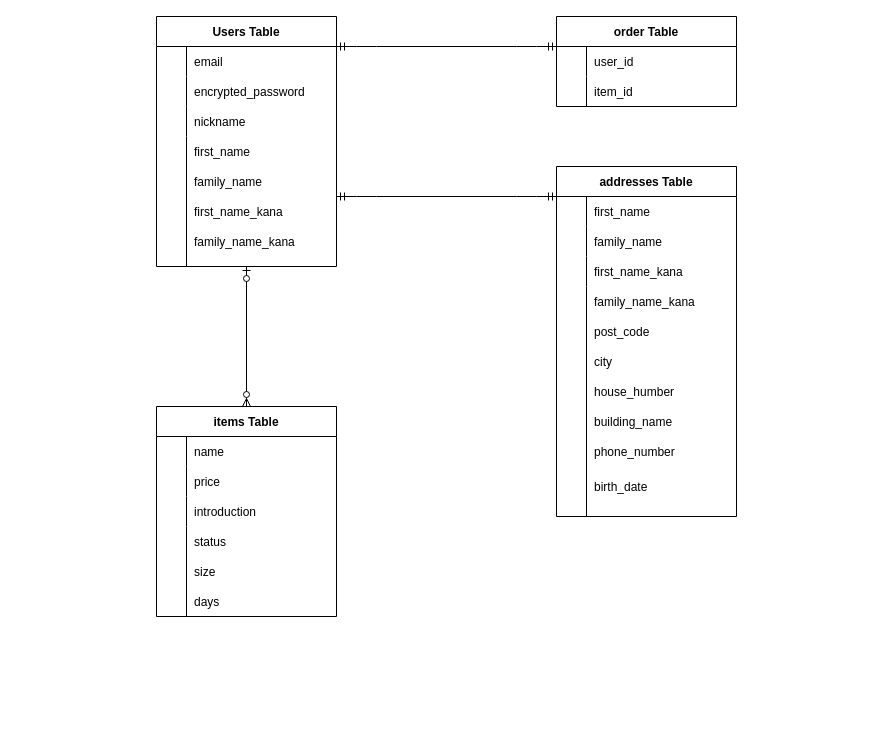
The draw.io diagram test.dio in Hiro0608/furima-38192, before the edit. Source tidied: cells renumbered, new cells numbered last; positions are measured from the earlier drawing's top-left corner, leaving out a move shared by most shapes. Both pictures are drawn from the tidied source at 100%, with x=0, y=0 at pixel (156, 16).
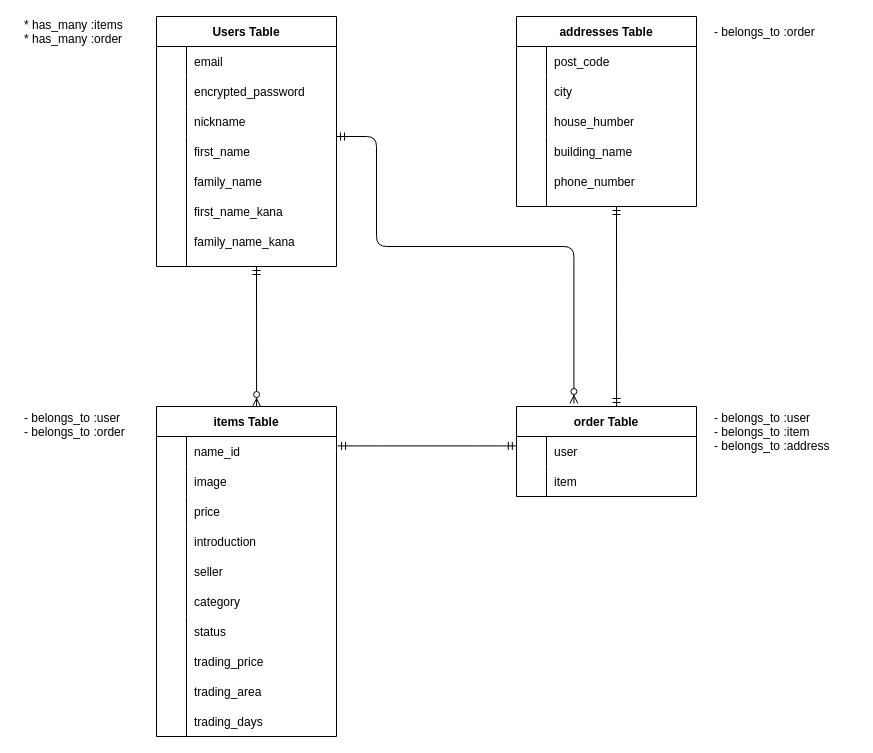
The same diagram, later.

Unchanged cells that the change refers to:
```xml
<mxCell id="2" value="Users Table" style="shape=table;startSize=30;childLayout=tableLayout;rowLines=0;fontStyle=1;align=center;" parent="1" vertex="1">
  <mxGeometry width="180" height="250" as="geometry" />
</mxCell>
<mxCell id="13" style="shape=partialRectangle;fillColor=none;top=0;left=0;bottom=0;right=0;points=[[0,0.5],[1,0.5]];portConstraint=eastwest;" parent="12" vertex="1">
  <mxGeometry y="30" width="180" height="30" as="geometry" />
</mxCell>
<mxCell id="16" style="shape=partialRectangle;fillColor=none;top=0;left=0;bottom=0;right=0;" parent="12" vertex="1">
  <mxGeometry y="60" width="180" height="30" as="geometry" />
</mxCell>
<mxCell id="19" style="shape=partialRectangle;fillColor=none;top=0;left=0;bottom=0;right=0;" parent="12" vertex="1">
  <mxGeometry y="90" width="180" height="30" as="geometry" />
</mxCell>
<mxCell id="23" style="shape=partialRectangle;fillColor=none;top=0;left=0;bottom=0;right=0;points=[[0,0.5],[1,0.5]];portConstraint=eastwest;" parent="22" vertex="1">
  <mxGeometry y="30" width="180" height="30" as="geometry" />
</mxCell>
<mxCell id="26" style="shape=partialRectangle;fillColor=none;top=0;left=0;bottom=0;right=0;" parent="22" vertex="1">
  <mxGeometry y="60" width="180" height="30" as="geometry" />
</mxCell>
<mxCell id="30" style="shape=partialRectangle;fillColor=none;top=0;left=0;bottom=0;right=0;points=[[0,0.5],[1,0.5]];portConstraint=eastwest;" parent="29" vertex="1">
  <mxGeometry y="30" width="180" height="30" as="geometry" />
</mxCell>
<mxCell id="33" style="shape=partialRectangle;fillColor=none;top=0;left=0;bottom=0;right=0;" parent="29" vertex="1">
  <mxGeometry y="60" width="180" height="30" as="geometry" />
</mxCell>
<mxCell id="36" style="shape=partialRectangle;fillColor=none;top=0;left=0;bottom=0;right=0;" parent="29" vertex="1">
  <mxGeometry y="90" width="180" height="30" as="geometry" />
</mxCell>
```

What changed in the source:
```diff
@@
     <mxCell id="12" value="items Table" style="shape=table;startSize=30;childLayout=tableLayout;rowLines=0;fontStyle=1;align=center;" parent="1" vertex="1">
-      <mxGeometry y="390" width="180" height="210" as="geometry" />
+      <mxGeometry y="390" width="180" height="330" as="geometry" />
     </mxCell>
@@
-    <mxCell id="15" value="name" style="shape=partialRectangle;fillColor=none;top=0;left=0;bottom=0;right=0;align=left;spacingLeft=6;overflow=hidden;" parent="13" vertex="1">
+    <mxCell id="15" value="name_id" style="shape=partialRectangle;fillColor=none;top=0;left=0;bottom=0;right=0;align=left;spacingLeft=6;overflow=hidden;" parent="13" vertex="1">
       <mxGeometry x="30" width="150" height="30" as="geometry" />
     </mxCell>
@@
-    <mxCell id="18" value="price  " style="shape=partialRectangle;fillColor=none;top=0;left=0;bottom=0;right=0;align=left;spacingLeft=6;overflow=hidden;" parent="16" vertex="1">
+    <mxCell id="18" value="image " style="shape=partialRectangle;fillColor=none;top=0;left=0;bottom=0;right=0;align=left;spacingLeft=6;overflow=hidden;" parent="16" vertex="1">
       <mxGeometry x="30" width="150" height="30" as="geometry" />
     </mxCell>
@@
-    <mxCell id="21" value="introduction " style="shape=partialRectangle;fillColor=none;top=0;left=0;bottom=0;right=0;align=left;spacingLeft=6;overflow=hidden;" parent="19" vertex="1">
+    <mxCell id="21" value="price" style="shape=partialRectangle;fillColor=none;top=0;left=0;bottom=0;right=0;align=left;spacingLeft=6;overflow=hidden;" parent="19" vertex="1">
       <mxGeometry x="30" width="150" height="30" as="geometry" />
     </mxCell>
     <mxCell id="22" value="order Table" style="shape=table;startSize=30;childLayout=tableLayout;rowLines=0;fontStyle=1;align=center;" parent="1" vertex="1">
-      <mxGeometry x="400" width="180" height="90" as="geometry" />
+      <mxGeometry x="360" y="390" width="180" height="90" as="geometry" />
     </mxCell>
@@
-    <mxCell id="25" value="user_id" style="shape=partialRectangle;fillColor=none;top=0;left=0;bottom=0;right=0;align=left;spacingLeft=6;overflow=hidden;" parent="23" vertex="1">
+    <mxCell id="25" value="user" style="shape=partialRectangle;fillColor=none;top=0;left=0;bottom=0;right=0;align=left;spacingLeft=6;overflow=hidden;" parent="23" vertex="1">
       <mxGeometry x="30" width="150" height="30" as="geometry" />
     </mxCell>
@@
-    <mxCell id="28" value="item_id" style="shape=partialRectangle;fillColor=none;top=0;left=0;bottom=0;right=0;align=left;spacingLeft=6;overflow=hidden;" parent="26" vertex="1">
+    <mxCell id="28" value="item" style="shape=partialRectangle;fillColor=none;top=0;left=0;bottom=0;right=0;align=left;spacingLeft=6;overflow=hidden;" parent="26" vertex="1">
       <mxGeometry x="30" width="150" height="30" as="geometry" />
     </mxCell>
     <mxCell id="29" value="addresses Table" style="shape=table;startSize=30;childLayout=tableLayout;rowLines=0;fontStyle=1;align=center;" parent="1" vertex="1">
-      <mxGeometry x="400" y="150" width="180" height="350" as="geometry" />
+      <mxGeometry x="360" width="180" height="190" as="geometry" />
     </mxCell>
@@
-    <mxCell id="32" value="first_name " style="shape=partialRectangle;fillColor=none;top=0;left=0;bottom=0;right=0;align=left;spacingLeft=6;overflow=hidden;" parent="30" vertex="1">
+    <mxCell id="32" value="post_code  " style="shape=partialRectangle;fillColor=none;top=0;left=0;bottom=0;right=0;align=left;spacingLeft=6;overflow=hidden;" parent="30" vertex="1">
       <mxGeometry x="30" width="150" height="30" as="geometry" />
     </mxCell>
@@
-    <mxCell id="35" value="family_name " style="shape=partialRectangle;fillColor=none;top=0;left=0;bottom=0;right=0;align=left;spacingLeft=6;overflow=hidden;" parent="33" vertex="1">
+    <mxCell id="35" value="city" style="shape=partialRectangle;fillColor=none;top=0;left=0;bottom=0;right=0;align=left;spacingLeft=6;overflow=hidden;" parent="33" vertex="1">
       <mxGeometry x="30" width="150" height="30" as="geometry" />
     </mxCell>
@@
-    <mxCell id="38" value="first_name_kana " style="shape=partialRectangle;fillColor=none;top=0;left=0;bottom=0;right=0;align=left;spacingLeft=6;overflow=hidden;" parent="36" vertex="1">
+    <mxCell id="38" value="house_humber" style="shape=partialRectangle;fillColor=none;top=0;left=0;bottom=0;right=0;align=left;spacingLeft=6;overflow=hidden;" parent="36" vertex="1">
       <mxGeometry x="30" width="150" height="30" as="geometry" />
     </mxCell>
@@
-    <mxCell id="44" style="fontSize=12;html=1;endArrow=ERzeroToMany;startArrow=ERzeroToOne;exitX=0.5;exitY=1;exitDx=0;exitDy=0;entryX=0.5;entryY=0;entryDx=0;entryDy=0;" parent="1" edge="1" source="2" target="12">
-      <mxGeometry relative="1" as="geometry" />
-    </mxCell>
-    <mxCell id="45" style="edgeStyle=entityRelationEdgeStyle;fontSize=12;html=1;endArrow=ERmandOne;startArrow=ERmandOne;entryX=0;entryY=0;entryDx=0;entryDy=0;entryPerimeter=0;" parent="1" edge="1" target="23">
-      <mxGeometry relative="1" as="geometry">
-        <mxPoint x="180" y="30" as="sourcePoint" />
-      </mxGeometry>
-    </mxCell>
-    <mxCell id="46" style="edgeStyle=entityRelationEdgeStyle;fontSize=12;html=1;endArrow=ERmandOne;startArrow=ERmandOne;entryX=0;entryY=0;entryDx=0;entryDy=0;entryPerimeter=0;" parent="1" edge="1" target="30">
-      <mxGeometry relative="1" as="geometry">
-        <mxPoint x="180" y="180" as="sourcePoint" />
-      </mxGeometry>
-    </mxCell>
-    <mxCell id="47" value="family_name_kana" style="shape=partialRectangle;fillColor=none;top=0;left=0;bottom=0;right=0;align=left;spacingLeft=6;overflow=hidden;" parent="1" vertex="1">
-      <mxGeometry x="430" y="270" width="150" height="30" as="geometry" />
-    </mxCell>
-    <mxCell id="48" value="post_code " style="shape=partialRectangle;fillColor=none;top=0;left=0;bottom=0;right=0;align=left;spacingLeft=6;overflow=hidden;" parent="1" vertex="1">
-      <mxGeometry x="430" y="300" width="150" height="30" as="geometry" />
-    </mxCell>
-    <mxCell id="49" value="city " style="shape=partialRectangle;fillColor=none;top=0;left=0;bottom=0;right=0;align=left;spacingLeft=6;overflow=hidden;" parent="1" vertex="1">
-      <mxGeometry x="430" y="330" width="150" height="30" as="geometry" />
-    </mxCell>
-    <mxCell id="50" value="house_humber " style="shape=partialRectangle;fillColor=none;top=0;left=0;bottom=0;right=0;align=left;spacingLeft=6;overflow=hidden;" parent="1" vertex="1">
-      <mxGeometry x="430" y="360" width="150" height="30" as="geometry" />
-    </mxCell>
+    <mxCell id="55" value="introduction" style="shape=partialRectangle;fillColor=none;top=0;left=0;bottom=0;right=0;align=left;spacingLeft=6;overflow=hidden;" parent="1" vertex="1">
+      <mxGeometry x="30" y="510" width="150" height="30" as="geometry" />
+    </mxCell>
+    <mxCell id="56" value="seller" style="shape=partialRectangle;fillColor=none;top=0;left=0;bottom=0;right=0;align=left;spacingLeft=6;overflow=hidden;" parent="1" vertex="1">
+      <mxGeometry x="30" y="540" width="150" height="30" as="geometry" />
+    </mxCell>
+    <mxCell id="58" style="endArrow=none;html=1;rounded=0;" parent="1" edge="1">
+      <mxGeometry relative="1" as="geometry">
+        <mxPoint x="30" y="510" as="sourcePoint" />
+        <mxPoint x="30" y="600" as="targetPoint" />
+      </mxGeometry>
+    </mxCell>
+    <mxCell id="59" style="edgeStyle=entityRelationEdgeStyle;fontSize=12;html=1;endArrow=ERmandOne;startArrow=ERmandOne;entryX=-0.001;entryY=0.314;entryDx=0;entryDy=0;entryPerimeter=0;exitX=1.006;exitY=0.314;exitDx=0;exitDy=0;exitPerimeter=0;" parent="1" edge="1" source="13" target="23">
+      <mxGeometry relative="1" as="geometry" />
+    </mxCell>
     <mxCell id="51" value="building_name" style="shape=partialRectangle;fillColor=none;top=0;left=0;bottom=0;right=0;align=left;spacingLeft=6;overflow=hidden;" parent="1" vertex="1">
-      <mxGeometry x="430" y="390" width="150" height="30" as="geometry" />
+      <mxGeometry x="390" y="120" width="150" height="30" as="geometry" />
     </mxCell>
-    <mxCell id="52" value="phone_number " style="shape=partialRectangle;fillColor=none;top=0;left=0;bottom=0;right=0;align=left;spacingLeft=6;overflow=hidden;" parent="1" vertex="1">
-      <mxGeometry x="430" y="420" width="150" height="30" as="geometry" />
+    <mxCell id="52" value="phone_number" style="shape=partialRectangle;fillColor=none;top=0;left=0;bottom=0;right=0;align=left;spacingLeft=6;overflow=hidden;" parent="1" vertex="1">
+      <mxGeometry x="390" y="150" width="150" height="30" as="geometry" />
     </mxCell>
-    <mxCell id="53" value="birth_date " style="shape=partialRectangle;fillColor=none;top=0;left=0;bottom=0;right=0;align=left;spacingLeft=6;overflow=hidden;" parent="1" vertex="1">
-      <mxGeometry x="430" y="455" width="150" height="30" as="geometry" />
-    </mxCell>
-    <mxCell id="54" style="endArrow=none;html=1;rounded=0;" parent="1" edge="1">
-      <mxGeometry relative="1" as="geometry">
-        <mxPoint x="430" y="270" as="sourcePoint" />
-        <mxPoint x="430" y="500" as="targetPoint" />
-      </mxGeometry>
-    </mxCell>
-    <mxCell id="55" value="status" style="shape=partialRectangle;fillColor=none;top=0;left=0;bottom=0;right=0;align=left;spacingLeft=6;overflow=hidden;" parent="1" vertex="1">
-      <mxGeometry x="30" y="510" width="150" height="30" as="geometry" />
-    </mxCell>
-    <mxCell id="56" value="size" style="shape=partialRectangle;fillColor=none;top=0;left=0;bottom=0;right=0;align=left;spacingLeft=6;overflow=hidden;" parent="1" vertex="1">
-      <mxGeometry x="30" y="540" width="150" height="30" as="geometry" />
-    </mxCell>
-    <mxCell id="57" value="days" style="shape=partialRectangle;fillColor=none;top=0;left=0;bottom=0;right=0;align=left;spacingLeft=6;overflow=hidden;" parent="1" vertex="1">
-      <mxGeometry x="30" y="570" width="150" height="30" as="geometry" />
-    </mxCell>
-    <mxCell id="58" style="endArrow=none;html=1;rounded=0;" parent="1" edge="1">
-      <mxGeometry relative="1" as="geometry">
-        <mxPoint x="30" y="510" as="sourcePoint" />
-        <mxPoint x="30" y="600" as="targetPoint" />
-      </mxGeometry>
-    </mxCell>
+    <mxCell id="60" style="endArrow=none;html=1;rounded=0;" parent="1" edge="1">
+      <mxGeometry relative="1" as="geometry">
+        <mxPoint x="390" y="190" as="sourcePoint" />
+        <mxPoint x="390" y="120" as="targetPoint" />
+      </mxGeometry>
+    </mxCell>
+    <mxCell id="61" style="fontSize=12;html=1;endArrow=ERmandOne;startArrow=ERmandOne;exitX=0.556;exitY=0;exitDx=0;exitDy=0;exitPerimeter=0;" parent="1" edge="1" source="22">
+      <mxGeometry relative="1" as="geometry">
+        <mxPoint x="460" y="190" as="targetPoint" />
+      </mxGeometry>
+    </mxCell>
+    <mxCell id="62" style="edgeStyle=orthogonalEdgeStyle;fontSize=12;html=1;endArrow=ERzeroToMany;startArrow=ERmandOne;entryX=0.319;entryY=-0.033;entryDx=0;entryDy=0;entryPerimeter=0;" parent="1" edge="1" target="22">
+      <mxGeometry relative="1" as="geometry">
+        <mxPoint x="180" y="120" as="sourcePoint" />
+        <Array as="points">
+          <mxPoint x="220" y="120" />
+          <mxPoint x="220" y="230" />
+          <mxPoint x="417" y="230" />
+        </Array>
+      </mxGeometry>
+    </mxCell>
+    <mxCell id="63" style="fontSize=12;html=1;endArrow=ERzeroToMany;startArrow=ERmandOne;entryX=0.556;entryY=0;entryDx=0;entryDy=0;entryPerimeter=0;" parent="1" edge="1" target="12">
+      <mxGeometry relative="1" as="geometry">
+        <mxPoint x="100" y="250" as="sourcePoint" />
+      </mxGeometry>
+    </mxCell>
+    <mxCell id="64" value="category" style="shape=partialRectangle;fillColor=none;top=0;left=0;bottom=0;right=0;align=left;spacingLeft=6;overflow=hidden;" parent="1" vertex="1">
+      <mxGeometry x="30" y="570" width="150" height="30" as="geometry" />
+    </mxCell>
+    <mxCell id="65" value="status" style="shape=partialRectangle;fillColor=none;top=0;left=0;bottom=0;right=0;align=left;spacingLeft=6;overflow=hidden;" parent="1" vertex="1">
+      <mxGeometry x="30" y="600" width="150" height="30" as="geometry" />
+    </mxCell>
+    <mxCell id="66" value="trading_price" style="shape=partialRectangle;fillColor=none;top=0;left=0;bottom=0;right=0;align=left;spacingLeft=6;overflow=hidden;" parent="1" vertex="1">
+      <mxGeometry x="30" y="630" width="150" height="30" as="geometry" />
+    </mxCell>
+    <mxCell id="67" value="trading_area" style="shape=partialRectangle;fillColor=none;top=0;left=0;bottom=0;right=0;align=left;spacingLeft=6;overflow=hidden;" parent="1" vertex="1">
+      <mxGeometry x="30" y="660" width="150" height="30" as="geometry" />
+    </mxCell>
+    <mxCell id="68" value="trading_days" style="shape=partialRectangle;fillColor=none;top=0;left=0;bottom=0;right=0;align=left;spacingLeft=6;overflow=hidden;" parent="1" vertex="1">
+      <mxGeometry x="30" y="690" width="150" height="30" as="geometry" />
+    </mxCell>
+    <mxCell id="69" style="endArrow=none;html=1;rounded=0;" parent="1" edge="1">
+      <mxGeometry relative="1" as="geometry">
+        <mxPoint x="30" y="600" as="sourcePoint" />
+        <mxPoint x="30" y="720" as="targetPoint" />
+      </mxGeometry>
+    </mxCell>
+    <mxCell id="70" value="* has_many :items&#10;* has_many :order" style="shape=partialRectangle;fillColor=none;top=0;left=0;bottom=0;right=0;align=left;spacingLeft=6;overflow=hidden;" parent="1" vertex="1">
+      <mxGeometry x="-140" width="150" height="30" as="geometry" />
+    </mxCell>
+    <mxCell id="71" value="- belongs_to :user&#10;- belongs_to :order" style="shape=partialRectangle;fillColor=none;top=0;left=0;bottom=0;right=0;align=left;spacingLeft=6;overflow=hidden;" parent="1" vertex="1">
+      <mxGeometry x="-140" y="390" width="150" height="35" as="geometry" />
+    </mxCell>
+    <mxCell id="72" value="- belongs_to :order" style="shape=partialRectangle;fillColor=none;top=0;left=0;bottom=0;right=0;align=left;spacingLeft=6;overflow=hidden;" parent="1" vertex="1">
+      <mxGeometry x="550" width="150" height="30" as="geometry" />
+    </mxCell>
+    <mxCell id="73" value="- belongs_to :user&#10;- belongs_to :item&#10;- belongs_to :address" style="shape=partialRectangle;fillColor=none;top=0;left=0;bottom=0;right=0;align=left;spacingLeft=6;overflow=hidden;" parent="1" vertex="1">
+      <mxGeometry x="550" y="390" width="150" height="50" as="geometry" />
+    </mxCell>
```
